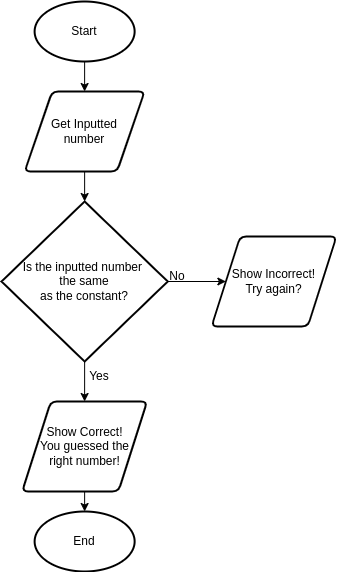
Earlier version of the draw.io export Number Guessing (flowchart).png (Dahrio-Francois/ICS3U-Unit3-02-Python2). Source tidied: cells renumbered, new cells last; positions are measured from the earlier drawing's top-left corner, leaving out a move shared by most shapes.
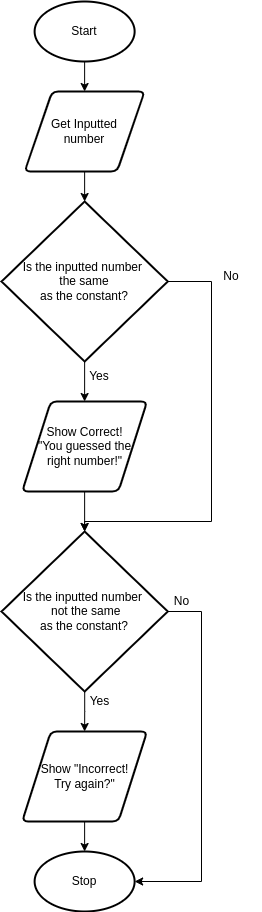
Above is the later version.

Commit message:
made changes to flowchart and top down designs

What changed in the source:
```diff
@@ -17,29 +17,58 @@
     <mxCell id="6" style="edgeStyle=orthogonalEdgeStyle;rounded=0;html=1;exitX=0.5;exitY=1;exitDx=0;exitDy=0;exitPerimeter=0;entryX=0.5;entryY=0;entryDx=0;entryDy=0;" parent="1" edge="1" source="8" target="10">
       <mxGeometry relative="1" as="geometry" />
     </mxCell>
-    <mxCell id="7" style="edgeStyle=none;html=1;" parent="1" edge="1" source="8" target="14">
-      <mxGeometry relative="1" as="geometry" />
-    </mxCell>
+    <mxCell id="15" style="edgeStyle=orthogonalEdgeStyle;rounded=0;html=1;entryX=0.5;entryY=0;entryDx=0;entryDy=0;entryPerimeter=0;" parent="1" edge="1" source="8" target="19">
+      <mxGeometry relative="1" as="geometry">
+        <Array as="points">
+          <mxPoint x="210" y="280" />
+          <mxPoint x="210" y="520" />
+          <mxPoint x="83" y="520" />
+        </Array>
+      </mxGeometry>
+    </mxCell>
     <mxCell id="8" value="Is the inputted number &lt;br&gt;&amp;nbsp;the same &lt;br&gt;as the constant?" style="strokeWidth=2;html=1;shape=mxgraph.flowchart.decision;whiteSpace=wrap;" parent="1" vertex="1">
       <mxGeometry y="200" width="166.2" height="160" as="geometry" />
     </mxCell>
-    <mxCell id="9" style="edgeStyle=orthogonalEdgeStyle;rounded=0;html=1;entryX=0.5;entryY=0;entryDx=0;entryDy=0;entryPerimeter=0;" parent="1" edge="1" source="10" target="13">
-      <mxGeometry relative="1" as="geometry" />
-    </mxCell>
+    <mxCell id="16" style="edgeStyle=orthogonalEdgeStyle;html=1;entryX=0.5;entryY=0;entryDx=0;entryDy=0;entryPerimeter=0;rounded=0;" parent="1" edge="1" source="10" target="19">
+      <mxGeometry relative="1" as="geometry" />
+    </mxCell>
-    <mxCell id="10" value="Show Correct!&lt;br&gt;You guessed the&lt;br&gt;right number!" style="shape=parallelogram;html=1;strokeWidth=2;perimeter=parallelogramPerimeter;whiteSpace=wrap;rounded=1;arcSize=12;size=0.23;" parent="1" vertex="1">
+    <mxCell id="10" value="Show Correct!&lt;br&gt;&quot;You guessed the&lt;br&gt;right number!&quot;" style="shape=parallelogram;html=1;strokeWidth=2;perimeter=parallelogramPerimeter;whiteSpace=wrap;rounded=1;arcSize=12;size=0.23;" parent="1" vertex="1">
       <mxGeometry x="20.6" y="400" width="125" height="90" as="geometry" />
     </mxCell>
     <mxCell id="11" value="Yes" style="text;html=1;strokeColor=none;fillColor=none;align=center;verticalAlign=middle;whiteSpace=wrap;rounded=0;rotation=0;" parent="1" vertex="1">
       <mxGeometry x="68.1" y="360" width="60" height="30" as="geometry" />
     </mxCell>
     <mxCell id="12" value="No" style="text;html=1;strokeColor=none;fillColor=none;align=center;verticalAlign=middle;whiteSpace=wrap;rounded=0;" parent="1" vertex="1">
-      <mxGeometry x="145.6" y="260" width="60" height="30" as="geometry" />
+      <mxGeometry x="200" y="260" width="60" height="30" as="geometry" />
     </mxCell>
-    <mxCell id="13" value="End" style="strokeWidth=2;html=1;shape=mxgraph.flowchart.start_1;whiteSpace=wrap;" parent="1" vertex="1">
-      <mxGeometry x="33.1" y="510" width="100" height="60" as="geometry" />
-    </mxCell>
-    <mxCell id="14" value="Show Incorrect!&lt;br&gt;Try again?" style="shape=parallelogram;html=1;strokeWidth=2;perimeter=parallelogramPerimeter;whiteSpace=wrap;rounded=1;arcSize=12;size=0.23;" parent="1" vertex="1">
-      <mxGeometry x="210" y="235" width="125" height="90" as="geometry" />
-    </mxCell>
+    <mxCell id="17" style="edgeStyle=orthogonalEdgeStyle;rounded=0;html=1;entryX=0.5;entryY=0;entryDx=0;entryDy=0;" parent="1" edge="1" source="19" target="21">
+      <mxGeometry relative="1" as="geometry" />
+    </mxCell>
+    <mxCell id="18" style="edgeStyle=orthogonalEdgeStyle;rounded=0;html=1;entryX=1;entryY=0.5;entryDx=0;entryDy=0;entryPerimeter=0;" parent="1" edge="1" source="19" target="23">
+      <mxGeometry relative="1" as="geometry">
+        <Array as="points">
+          <mxPoint x="200" y="610" />
+          <mxPoint x="200" y="880" />
+        </Array>
+      </mxGeometry>
+    </mxCell>
+    <mxCell id="19" value="Is the inputted number &lt;br&gt;&amp;nbsp;not the same&lt;br&gt;as the constant?" style="strokeWidth=2;html=1;shape=mxgraph.flowchart.decision;whiteSpace=wrap;" parent="1" vertex="1">
+      <mxGeometry y="530" width="166.2" height="160" as="geometry" />
+    </mxCell>
+    <mxCell id="20" style="edgeStyle=orthogonalEdgeStyle;rounded=0;html=1;entryX=0.5;entryY=0;entryDx=0;entryDy=0;entryPerimeter=0;" parent="1" edge="1" source="21" target="23">
+      <mxGeometry relative="1" as="geometry" />
+    </mxCell>
+    <mxCell id="21" value="Show &quot;Incorrect!&lt;br&gt;Try again?&quot;" style="shape=parallelogram;html=1;strokeWidth=2;perimeter=parallelogramPerimeter;whiteSpace=wrap;rounded=1;arcSize=12;size=0.23;" parent="1" vertex="1">
+      <mxGeometry x="20.6" y="730" width="125" height="90" as="geometry" />
+    </mxCell>
+    <mxCell id="22" value="Yes" style="text;html=1;align=center;verticalAlign=middle;strokeColor=none;fillColor=none;" parent="1" vertex="1">
+      <mxGeometry x="78.1" y="690" width="40" height="20" as="geometry" />
+    </mxCell>
+    <mxCell id="23" value="Stop" style="strokeWidth=2;html=1;shape=mxgraph.flowchart.start_1;whiteSpace=wrap;" parent="1" vertex="1">
+      <mxGeometry x="33.1" y="850" width="100" height="60" as="geometry" />
+    </mxCell>
+    <mxCell id="24" value="No" style="text;html=1;align=center;verticalAlign=middle;strokeColor=none;fillColor=none;" parent="1" vertex="1">
+      <mxGeometry x="165" y="590" width="30" height="20" as="geometry" />
+    </mxCell>
   </root>
 </mxGraphModel>
```
